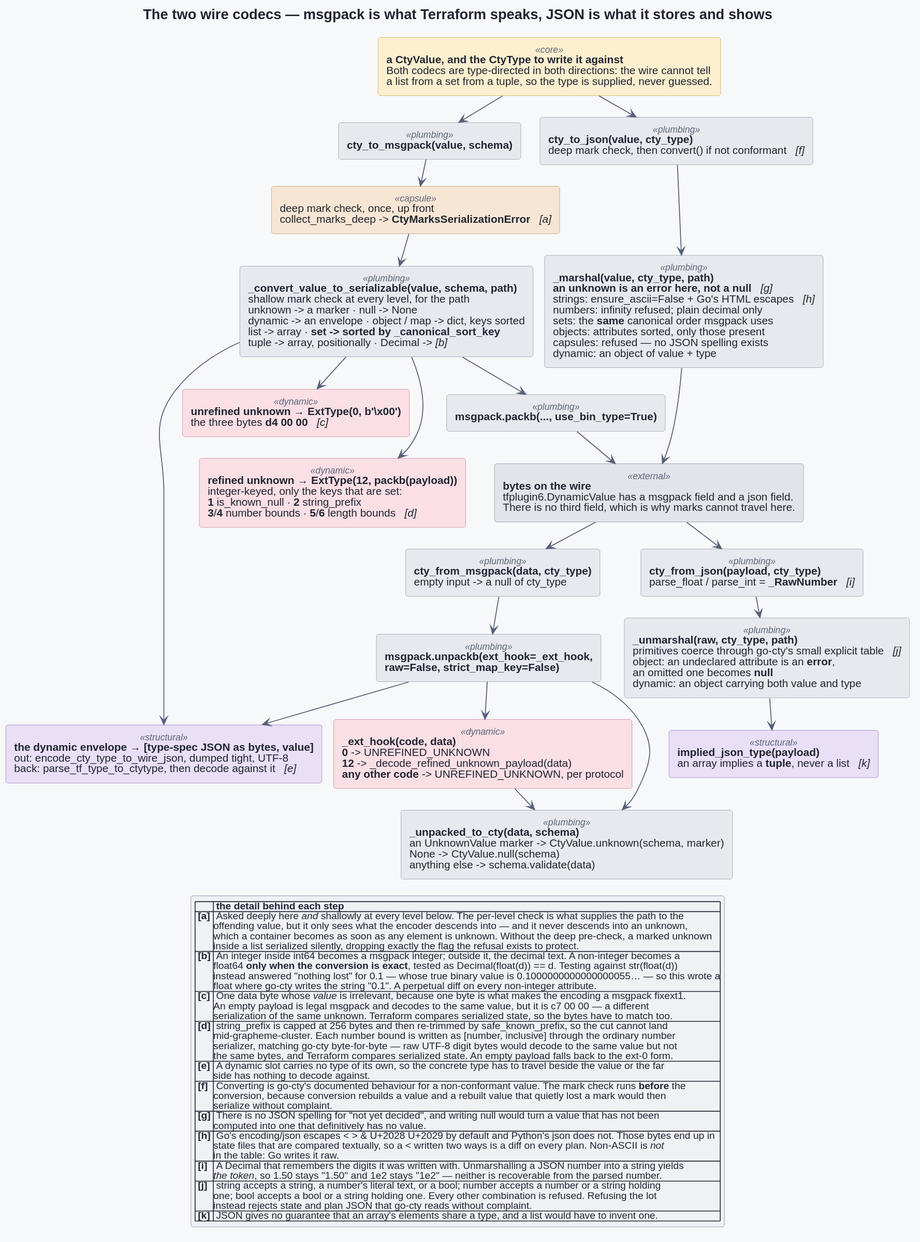
Before: docs/architecture/05-wire-codecs.svg, a diagram exported from PlantUML (provide-io/pyvider-cty).
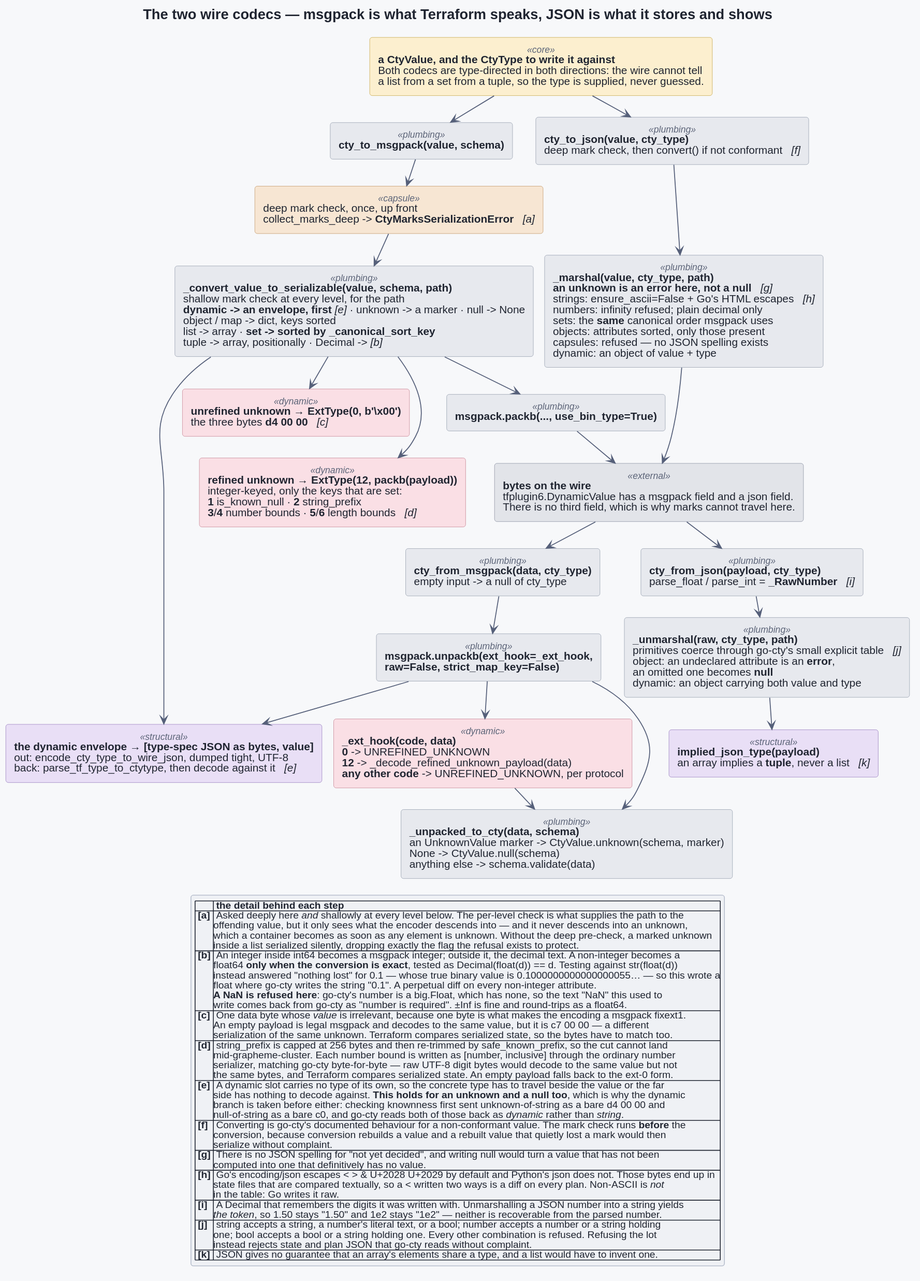
The same diagram one commit later.

Commit message:
docs: reconcile the parity page and the wire diagram with what the code does

Diff of the diagram source:
```diff
@@ -10,7 +10,7 @@
 
   rectangle "**cty_to_msgpack(value, schema)**" as MP_ENC <<plumbing>>
   rectangle "deep mark check, once, up front\ncollect_marks_deep -> **CtyMarksSerializationError**   //[a]//" as MP_MARKS <<capsule>>
-  rectangle "**_convert_value_to_serializable(value, schema, path)**\nshallow mark check at every level, for the path\nunknown -> a marker · null -> None\ndynamic -> an envelope · object / map -> dict, keys sorted\nlist -> array · **set -> sorted by _canonical_sort_key**\ntuple -> array, positionally · Decimal -> //[b]//" as MP_CONV <<plumbing>>
+  rectangle "**_convert_value_to_serializable(value, schema, path)**\nshallow mark check at every level, for the path\n**dynamic -> an envelope, first** //[e]// · unknown -> a marker · null -> None\nobject / map -> dict, keys sorted\nlist -> array · **set -> sorted by _canonical_sort_key**\ntuple -> array, positionally · Decimal -> //[b]//" as MP_CONV <<plumbing>>
   rectangle "**msgpack.packb(..., use_bin_type=True)**" as MP_PACK <<plumbing>>
 
   rectangle "**cty_from_msgpack(data, cty_type)**\nempty input -> a null of cty_type" as MP_DEC <<plumbing>>
@@ -56,10 +56,10 @@
 legend bottom
   |= |= the detail behind each step |
   | **[a]** | Asked deeply here //and// shallowly at every level below. The per-level check is what supplies the path to the\noffending value, but it only sees what the encoder descends into — and it never descends into an unknown,\nwhich a container becomes as soon as any element is unknown. Without the deep pre-check, a marked unknown\ninside a list serialized silently, dropping exactly the flag the refusal exists to protect. |
-  | **[b]** | An integer inside int64 becomes a msgpack integer; outside it, the decimal text. A non-integer becomes a\nfloat64 **only when the conversion is exact**, tested as Decimal(float(d)) == d. Testing against str(float(d))\ninstead answered "nothing lost" for 0.1 — whose true binary value is 0.1000000000000000055… — so this wrote a\nfloat where go-cty writes the string "0.1". A perpetual diff on every non-integer attribute. |
+  | **[b]** | An integer inside int64 becomes a msgpack integer; outside it, the decimal text. A non-integer becomes a\nfloat64 **only when the conversion is exact**, tested as Decimal(float(d)) == d. Testing against str(float(d))\ninstead answered "nothing lost" for 0.1 — whose true binary value is 0.1000000000000000055… — so this wrote a\nfloat where go-cty writes the string "0.1". A perpetual diff on every non-integer attribute.\n**A NaN is refused here**: go-cty's number is a big.Float, which has none, so the text "NaN" this used to\nwrite comes back from go-cty as "number is required". ±Inf is fine and round-trips as a float64. |
   | **[c]** | One data byte whose //value// is irrelevant, because one byte is what makes the encoding a msgpack fixext1.\nAn empty payload is legal msgpack and decodes to the same value, but it is c7 00 00 — a different\nserialization of the same unknown. Terraform compares serialized state, so the bytes have to match too. |
   | **[d]** | string_prefix is capped at 256 bytes and then re-trimmed by safe_known_prefix, so the cut cannot land\nmid-grapheme-cluster. Each number bound is written as [number, inclusive] through the ordinary number\nserializer, matching go-cty byte-for-byte — raw UTF-8 digit bytes would decode to the same value but not\nthe same bytes, and Terraform compares serialized state. An empty payload falls back to the ext-0 form. |
-  | **[e]** | A dynamic slot carries no type of its own, so the concrete type has to travel beside the value or the far\nside has nothing to decode against. |
+  | **[e]** | A dynamic slot carries no type of its own, so the concrete type has to travel beside the value or the far\nside has nothing to decode against. **This holds for an unknown and a null too**, which is why the dynamic\nbranch is taken before either: checking knownness first sent unknown-of-string as a bare d4 00 00 and\nnull-of-string as a bare c0, and go-cty reads both of those back as //dynamic// rather than //string//. |
   | **[f]** | Converting is go-cty's documented behaviour for a non-conformant value. The mark check runs **before** the\nconversion, because conversion rebuilds a value and a rebuilt value that quietly lost a mark would then\nserialize without complaint. |
   | **[g]** | There is no JSON spelling for "not yet decided", and writing null would turn a value that has not been\ncomputed into one that definitively has no value. |
   | **[h]** | Go's encoding/json escapes < > & U+2028 U+2029 by default and Python's json does not. Those bytes end up in\nstate files that are compared textually, so a < written two ways is a diff on every plan. Non-ASCII is //not//\nin the table: Go writes it raw. |
```
